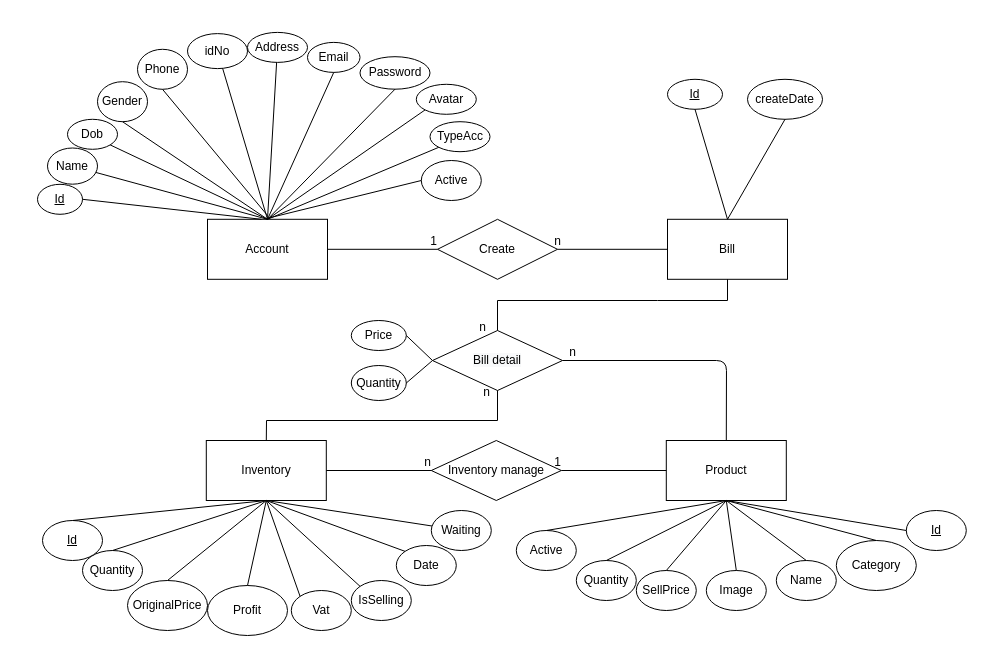
This is erd.drawio from khoahc/DBMS-QLCHNoiThat, a draw.io file, before an edit. Source tidied: cells renumbered, new cells numbered last; positions are measured from the earlier drawing's top-left corner, leaving out a move shared by most shapes. Both pictures are drawn from the tidied source at 100%, with x=0, y=0 at pixel (37, 32).
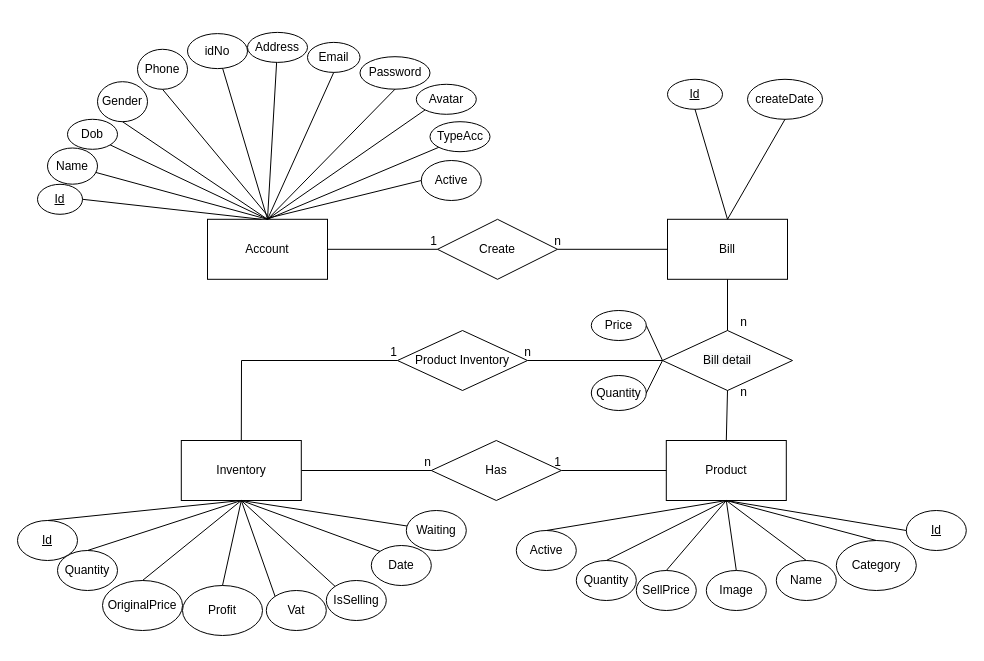
Above is the later version.

Unchanged cells that the change refers to:
```xml
<mxCell id="2" value="Account" style="rounded=0;whiteSpace=wrap;html=1;" parent="1" vertex="1">
  <mxGeometry x="170" y="186.8" width="120" height="60" as="geometry" />
</mxCell>
<mxCell id="3" value="Product" style="rounded=0;whiteSpace=wrap;html=1;" parent="1" vertex="1">
  <mxGeometry x="628.8" y="408" width="120" height="60" as="geometry" />
</mxCell>
<mxCell id="5" value="Bill" style="rounded=0;whiteSpace=wrap;html=1;" parent="1" vertex="1">
  <mxGeometry x="630" y="186.8" width="120" height="60" as="geometry" />
</mxCell>
```

Change to the diagram source:
```diff
@@
-    <mxCell id="4" value="Inventory" style="rounded=0;whiteSpace=wrap;html=1;" parent="1" vertex="1">
-      <mxGeometry x="168.8" y="408" width="120" height="60" as="geometry" />
-    </mxCell>
@@
-    <mxCell id="24" value="Waiting" style="ellipse;whiteSpace=wrap;html=1;" parent="1" vertex="1">
-      <mxGeometry x="393.8" y="478" width="60" height="40" as="geometry" />
-    </mxCell>
-    <mxCell id="25" value="Date" style="ellipse;whiteSpace=wrap;html=1;rotation=0;" parent="1" vertex="1">
-      <mxGeometry x="358.8" y="513" width="60" height="40" as="geometry" />
-    </mxCell>
-    <mxCell id="26" value="OriginalPrice" style="ellipse;whiteSpace=wrap;html=1;" parent="1" vertex="1">
-      <mxGeometry x="90" y="548" width="80" height="50" as="geometry" />
-    </mxCell>
-    <mxCell id="27" value="Quantity" style="ellipse;whiteSpace=wrap;html=1;" parent="1" vertex="1">
-      <mxGeometry x="45" y="518" width="60" height="40" as="geometry" />
-    </mxCell>
-    <mxCell id="28" value="&lt;u&gt;Id&lt;/u&gt;" style="ellipse;whiteSpace=wrap;html=1;" parent="1" vertex="1">
-      <mxGeometry x="5" y="488" width="60" height="40" as="geometry" />
-    </mxCell>
     <mxCell id="29" value="Price" style="ellipse;whiteSpace=wrap;html=1;" parent="1" vertex="1">
-      <mxGeometry x="313.8" y="288" width="55" height="30" as="geometry" />
+      <mxGeometry x="553.8" y="278" width="55" height="30" as="geometry" />
     </mxCell>
     <mxCell id="30" value="Quantity" style="ellipse;whiteSpace=wrap;html=1;" parent="1" vertex="1">
-      <mxGeometry x="313.8" y="333" width="55" height="35" as="geometry" />
+      <mxGeometry x="553.8" y="343" width="55" height="35" as="geometry" />
     </mxCell>
@@
     <mxCell id="44" value="&lt;span style=&quot;color: rgb(0 , 0 , 0) ; font-family: &amp;#34;helvetica&amp;#34; ; font-size: 12px ; font-style: normal ; font-weight: 400 ; letter-spacing: normal ; text-align: center ; text-indent: 0px ; text-transform: none ; word-spacing: 0px ; background-color: rgb(248 , 249 , 250) ; display: inline ; float: none&quot;&gt;Bill detail&lt;/span&gt;" style="rhombus;whiteSpace=wrap;html=1;" parent="1" vertex="1">
-      <mxGeometry x="395" y="298" width="130" height="60" as="geometry" />
+      <mxGeometry x="625" y="298" width="130" height="60" as="geometry" />
     </mxCell>
@@
-    <mxCell id="56" value="Inventory manage" style="shape=rhombus;perimeter=rhombusPerimeter;whiteSpace=wrap;html=1;align=center;" parent="1" vertex="1">
+    <mxCell id="56" value="Has" style="shape=rhombus;perimeter=rhombusPerimeter;whiteSpace=wrap;html=1;align=center;" parent="1" vertex="1">
       <mxGeometry x="393.8" y="408" width="130" height="60" as="geometry" />
     </mxCell>
@@
-    <mxCell id="66" style="endArrow=none;html=1;entryX=1;entryY=0.5;entryDx=0;entryDy=0;exitX=0.5;exitY=0;exitDx=0;exitDy=0;" parent="1" edge="1" source="3" target="44">
-      <mxGeometry relative="1" as="geometry">
-        <Array as="points">
-          <mxPoint x="689" y="328" />
-        </Array>
-      </mxGeometry>
+    <mxCell id="66" style="endArrow=none;html=1;entryX=0.5;entryY=1;entryDx=0;entryDy=0;exitX=0.5;exitY=0;exitDx=0;exitDy=0;" parent="1" edge="1" source="3" target="44">
+      <mxGeometry relative="1" as="geometry" />
     </mxCell>
+    <mxCell id="72" style="endArrow=none;html=1;rounded=0;exitX=0.5;exitY=1;exitDx=0;exitDy=0;entryX=0.5;entryY=0;entryDx=0;entryDy=0;" parent="1" edge="1" source="5" target="44">
+      <mxGeometry relative="1" as="geometry" />
+    </mxCell>
+    <mxCell id="73" style="group;" parent="1" vertex="1">
+      <mxGeometry x="220" y="9.9" width="60" height="41.2" as="geometry" />
+    </mxCell>
+    <mxCell id="74" value="Address" style="ellipse;whiteSpace=wrap;html=1;" parent="73" vertex="1">
+      <mxGeometry x="-10" y="-10" width="60" height="30" as="geometry" />
+    </mxCell>
+    <mxCell id="75" style="edgeStyle=none;shape=link;rounded=0;orthogonalLoop=1;jettySize=auto;html=1;exitX=1;exitY=0;exitDx=0;exitDy=0;strokeColor=default;strokeWidth=3;" parent="73" edge="1" source="74" target="74">
+      <mxGeometry relative="1" as="geometry" />
+    </mxCell>
+    <mxCell id="76" style="endArrow=none;html=1;exitX=0.5;exitY=0;exitDx=0;exitDy=0;" parent="1" edge="1" source="2" target="74">
+      <mxGeometry relative="1" as="geometry" />
+    </mxCell>
+    <mxCell id="84" style="edgeStyle=none;shape=link;rounded=0;orthogonalLoop=1;jettySize=auto;html=1;exitX=0.5;exitY=0;exitDx=0;exitDy=0;strokeColor=default;strokeWidth=3;" parent="1" edge="1" source="29" target="29">
+      <mxGeometry relative="1" as="geometry" />
+    </mxCell>
+    <mxCell id="85" value="n" style="html=1;align=right;verticalAlign=bottom;" parent="1" vertex="1">
+      <mxGeometry x="710" y="368" as="geometry" />
+    </mxCell>
+    <mxCell id="89" value="&lt;font face=&quot;helvetica&quot;&gt;Product Inventory&lt;br&gt;&lt;/font&gt;" style="rhombus;whiteSpace=wrap;html=1;" parent="1" vertex="1">
+      <mxGeometry x="360" y="298" width="130" height="60" as="geometry" />
+    </mxCell>
+    <mxCell id="90" style="endArrow=none;html=1;entryX=0;entryY=0.5;entryDx=0;entryDy=0;exitX=1;exitY=0.5;exitDx=0;exitDy=0;" parent="1" edge="1" source="89" target="44">
+      <mxGeometry relative="1" as="geometry" />
+    </mxCell>
+    <mxCell id="91" style="group;" parent="1" vertex="1">
+      <mxGeometry x="-20" y="408" width="448.8" height="195" as="geometry" />
+    </mxCell>
+    <mxCell id="4" value="Inventory" style="rounded=0;whiteSpace=wrap;html=1;" parent="91" vertex="1">
+      <mxGeometry x="163.8" width="120" height="60" as="geometry" />
+    </mxCell>
+    <mxCell id="24" value="Waiting" style="ellipse;whiteSpace=wrap;html=1;" parent="91" vertex="1">
+      <mxGeometry x="388.8" y="70" width="60" height="40" as="geometry" />
+    </mxCell>
+    <mxCell id="25" value="Date" style="ellipse;whiteSpace=wrap;html=1;rotation=0;" parent="91" vertex="1">
+      <mxGeometry x="353.8" y="105" width="60" height="40" as="geometry" />
+    </mxCell>
+    <mxCell id="26" value="OriginalPrice" style="ellipse;whiteSpace=wrap;html=1;" parent="91" vertex="1">
+      <mxGeometry x="85" y="140" width="80" height="50" as="geometry" />
+    </mxCell>
+    <mxCell id="27" value="Quantity" style="ellipse;whiteSpace=wrap;html=1;" parent="91" vertex="1">
+      <mxGeometry x="40" y="110" width="60" height="40" as="geometry" />
+    </mxCell>
+    <mxCell id="28" value="&lt;u&gt;Id&lt;/u&gt;" style="ellipse;whiteSpace=wrap;html=1;" parent="91" vertex="1">
+      <mxGeometry y="80" width="60" height="40" as="geometry" />
+    </mxCell>
-    <mxCell id="67" style="endArrow=none;html=1;" parent="1" edge="1" source="24">
+    <mxCell id="67" style="endArrow=none;html=1;" parent="91" edge="1" source="24">
       <mxGeometry relative="1" as="geometry">
-        <mxPoint x="228.8" y="468" as="targetPoint" />
+        <mxPoint x="223.8" y="60" as="targetPoint" />
       </mxGeometry>
     </mxCell>
-    <mxCell id="68" style="endArrow=none;html=1;exitX=0.5;exitY=1;exitDx=0;exitDy=0;entryX=0.5;entryY=0;entryDx=0;entryDy=0;" parent="1" edge="1" source="4" target="26">
+    <mxCell id="68" style="endArrow=none;html=1;exitX=0.5;exitY=1;exitDx=0;exitDy=0;entryX=0.5;entryY=0;entryDx=0;entryDy=0;" parent="91" edge="1" source="4" target="26">
       <mxGeometry relative="1" as="geometry" />
     </mxCell>
-    <mxCell id="69" style="endArrow=none;html=1;exitX=0.5;exitY=1;exitDx=0;exitDy=0;entryX=0;entryY=0;entryDx=0;entryDy=0;" parent="1" edge="1" source="4" target="25">
+    <mxCell id="69" style="endArrow=none;html=1;exitX=0.5;exitY=1;exitDx=0;exitDy=0;entryX=0;entryY=0;entryDx=0;entryDy=0;" parent="91" edge="1" source="4" target="25">
       <mxGeometry relative="1" as="geometry" />
     </mxCell>
-    <mxCell id="70" style="endArrow=none;html=1;exitX=0.5;exitY=0;exitDx=0;exitDy=0;" parent="1" edge="1" source="27">
+    <mxCell id="70" style="endArrow=none;html=1;exitX=0.5;exitY=0;exitDx=0;exitDy=0;" parent="91" edge="1" source="27">
       <mxGeometry relative="1" as="geometry">
-        <mxPoint x="228.8" y="468" as="targetPoint" />
+        <mxPoint x="223.8" y="60" as="targetPoint" />
       </mxGeometry>
     </mxCell>
-    <mxCell id="71" style="endArrow=none;html=1;exitX=0.5;exitY=0;exitDx=0;exitDy=0;entryX=0.5;entryY=1;entryDx=0;entryDy=0;" parent="1" edge="1" source="28" target="4">
+    <mxCell id="71" style="endArrow=none;html=1;exitX=0.5;exitY=0;exitDx=0;exitDy=0;entryX=0.5;entryY=1;entryDx=0;entryDy=0;" parent="91" edge="1" source="28" target="4">
       <mxGeometry relative="1" as="geometry" />
     </mxCell>
-    <mxCell id="72" style="endArrow=none;html=1;rounded=0;exitX=0.5;exitY=1;exitDx=0;exitDy=0;entryX=0.5;entryY=0;entryDx=0;entryDy=0;" parent="1" edge="1" source="5" target="44">
-      <mxGeometry relative="1" as="geometry">
-        <Array as="points">
-          <mxPoint x="690" y="268" />
-          <mxPoint x="620" y="268" />
-          <mxPoint x="460" y="268" />
-        </Array>
-      </mxGeometry>
-    </mxCell>
-    <mxCell id="73" style="group;" parent="1" vertex="1">
-      <mxGeometry x="220" y="9.9" width="60" height="41.2" as="geometry" />
-    </mxCell>
-    <mxCell id="74" value="Address" style="ellipse;whiteSpace=wrap;html=1;" parent="73" vertex="1">
-      <mxGeometry x="-10" y="-10" width="60" height="30" as="geometry" />
-    </mxCell>
-    <mxCell id="75" style="edgeStyle=none;shape=link;rounded=0;orthogonalLoop=1;jettySize=auto;html=1;exitX=1;exitY=0;exitDx=0;exitDy=0;strokeColor=default;strokeWidth=3;" parent="73" edge="1" source="74" target="74">
-      <mxGeometry relative="1" as="geometry" />
-    </mxCell>
-    <mxCell id="76" style="endArrow=none;html=1;exitX=0.5;exitY=0;exitDx=0;exitDy=0;" parent="1" edge="1" source="2" target="74">
-      <mxGeometry relative="1" as="geometry" />
-    </mxCell>
-    <mxCell id="77" value="Profit" style="ellipse;whiteSpace=wrap;html=1;" parent="1" vertex="1">
-      <mxGeometry x="170" y="553" width="80" height="50" as="geometry" />
+    <mxCell id="77" value="Profit" style="ellipse;whiteSpace=wrap;html=1;" parent="91" vertex="1">
+      <mxGeometry x="165" y="145" width="80" height="50" as="geometry" />
     </mxCell>
-    <mxCell id="78" style="endArrow=none;html=1;entryX=0.5;entryY=0;entryDx=0;entryDy=0;" parent="1" edge="1" target="77">
+    <mxCell id="78" style="endArrow=none;html=1;entryX=0.5;entryY=0;entryDx=0;entryDy=0;" parent="91" edge="1" target="77">
       <mxGeometry relative="1" as="geometry">
-        <mxPoint x="228.8" y="468" as="sourcePoint" />
+        <mxPoint x="223.8" y="60" as="sourcePoint" />
       </mxGeometry>
     </mxCell>
-    <mxCell id="79" style="edgeStyle=none;rounded=0;orthogonalLoop=1;jettySize=auto;html=1;exitX=1;exitY=0.5;exitDx=0;exitDy=0;" parent="1" edge="1">
+    <mxCell id="79" style="edgeStyle=none;rounded=0;orthogonalLoop=1;jettySize=auto;html=1;exitX=1;exitY=0.5;exitDx=0;exitDy=0;" parent="91" edge="1">
       <mxGeometry relative="1" as="geometry">
-        <mxPoint x="308.8" y="603" as="sourcePoint" />
-        <mxPoint x="308.8" y="603" as="targetPoint" />
+        <mxPoint x="303.8" y="195" as="sourcePoint" />
+        <mxPoint x="303.8" y="195" as="targetPoint" />
       </mxGeometry>
     </mxCell>
-    <mxCell id="80" value="Vat" style="ellipse;whiteSpace=wrap;html=1;" parent="1" vertex="1">
-      <mxGeometry x="253.8" y="558" width="60" height="40" as="geometry" />
+    <mxCell id="80" value="Vat" style="ellipse;whiteSpace=wrap;html=1;" parent="91" vertex="1">
+      <mxGeometry x="248.8" y="150" width="60" height="40" as="geometry" />
     </mxCell>
-    <mxCell id="81" style="endArrow=none;html=1;exitX=0.5;exitY=1;exitDx=0;exitDy=0;entryX=0;entryY=0;entryDx=0;entryDy=0;" parent="1" edge="1" source="4" target="80">
+    <mxCell id="81" style="endArrow=none;html=1;exitX=0.5;exitY=1;exitDx=0;exitDy=0;entryX=0;entryY=0;entryDx=0;entryDy=0;" parent="91" edge="1" source="4" target="80">
       <mxGeometry relative="1" as="geometry" />
     </mxCell>
-    <mxCell id="82" style="endArrow=none;html=1;rounded=0;exitX=0.5;exitY=1;exitDx=0;exitDy=0;entryX=0.5;entryY=0;entryDx=0;entryDy=0;" parent="1" edge="1" source="44" target="4">
-      <mxGeometry relative="1" as="geometry">
-        <Array as="points">
-          <mxPoint x="460" y="388" />
-          <mxPoint x="229" y="388" />
-        </Array>
-      </mxGeometry>
-    </mxCell>
-    <mxCell id="83" value="n" style="html=1;align=right;verticalAlign=bottom;" parent="82" vertex="1">
-      <mxGeometry x="1" relative="1" as="geometry">
-        <mxPoint x="220" y="-105" as="offset" />
-      </mxGeometry>
-    </mxCell>
-    <mxCell id="84" style="edgeStyle=none;shape=link;rounded=0;orthogonalLoop=1;jettySize=auto;html=1;exitX=0.5;exitY=0;exitDx=0;exitDy=0;strokeColor=default;strokeWidth=3;" parent="1" edge="1" source="29" target="29">
-      <mxGeometry relative="1" as="geometry" />
-    </mxCell>
-    <mxCell id="85" value="n" style="html=1;align=right;verticalAlign=bottom;" parent="1" vertex="1">
-      <mxGeometry x="538.8" y="328" as="geometry" />
-    </mxCell>
-    <mxCell id="86" value="n" style="html=1;align=right;verticalAlign=bottom;" parent="1" vertex="1">
-      <mxGeometry x="458.8" y="368" as="geometry">
-        <mxPoint x="-6" as="offset" />
-      </mxGeometry>
-    </mxCell>
-    <mxCell id="87" value="&lt;div style=&quot;text-align: left&quot;&gt;IsSelling&lt;/div&gt;" style="ellipse;whiteSpace=wrap;html=1;" parent="1" vertex="1">
-      <mxGeometry x="313.8" y="548" width="60" height="40" as="geometry" />
+    <mxCell id="87" value="&lt;div style=&quot;text-align: left&quot;&gt;IsSelling&lt;/div&gt;" style="ellipse;whiteSpace=wrap;html=1;" parent="91" vertex="1">
+      <mxGeometry x="308.8" y="140" width="60" height="40" as="geometry" />
     </mxCell>
-    <mxCell id="88" style="endArrow=none;html=1;entryX=0;entryY=0;entryDx=0;entryDy=0;exitX=0.5;exitY=1;exitDx=0;exitDy=0;" parent="1" edge="1" source="4" target="87">
+    <mxCell id="88" style="endArrow=none;html=1;entryX=0;entryY=0;entryDx=0;entryDy=0;exitX=0.5;exitY=1;exitDx=0;exitDy=0;" parent="91" edge="1" source="4" target="87">
       <mxGeometry relative="1" as="geometry" />
     </mxCell>
+    <mxCell id="92" style="endArrow=none;html=1;rounded=0;exitX=0.5;exitY=0;exitDx=0;exitDy=0;entryX=0;entryY=0.5;entryDx=0;entryDy=0;" parent="1" edge="1" source="4" target="89">
+      <mxGeometry relative="1" as="geometry">
+        <Array as="points">
+          <mxPoint x="204" y="328" />
+        </Array>
+      </mxGeometry>
+    </mxCell>
+    <mxCell id="93" value="n" style="html=1;align=right;verticalAlign=bottom;" parent="92" vertex="1">
+      <mxGeometry x="1" relative="1" as="geometry">
+        <mxPoint x="134" as="offset" />
+      </mxGeometry>
+    </mxCell>
+    <mxCell id="94" value="1" style="html=1;align=right;verticalAlign=bottom;" parent="1" vertex="1">
+      <mxGeometry x="360" y="328" as="geometry" />
+    </mxCell>
+    <mxCell id="95" value="n" style="html=1;align=right;verticalAlign=bottom;" parent="1" vertex="1">
+      <mxGeometry x="710" y="298" as="geometry" />
+    </mxCell>
```
